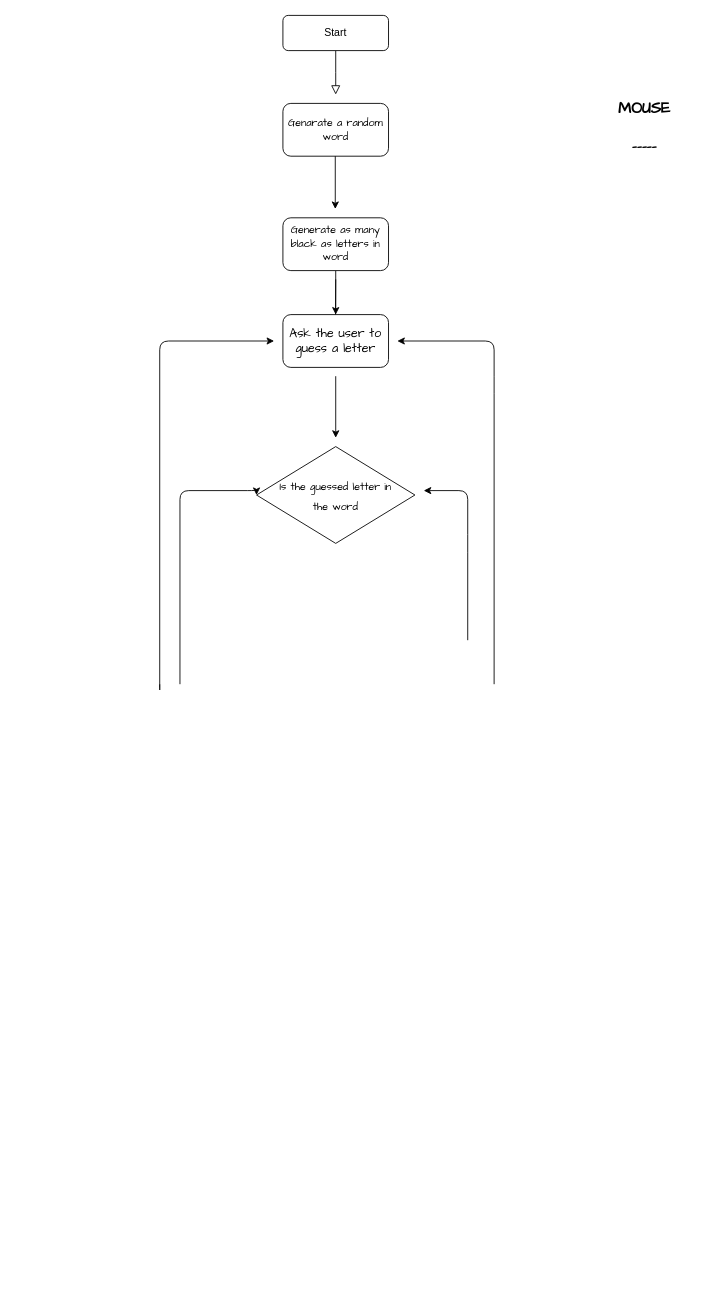
Above: Untitled Diagram.drawio in RodolpheBeloncle/100-days-Python (draw.io), before the change. Source tidied: cells renumbered, new cells numbered last; positions are measured from the earlier drawing's top-left corner, leaving out a move shared by most shapes. Both pictures are drawn from the tidied source at 88%, with x=0, y=0 at pixel (159, 15).
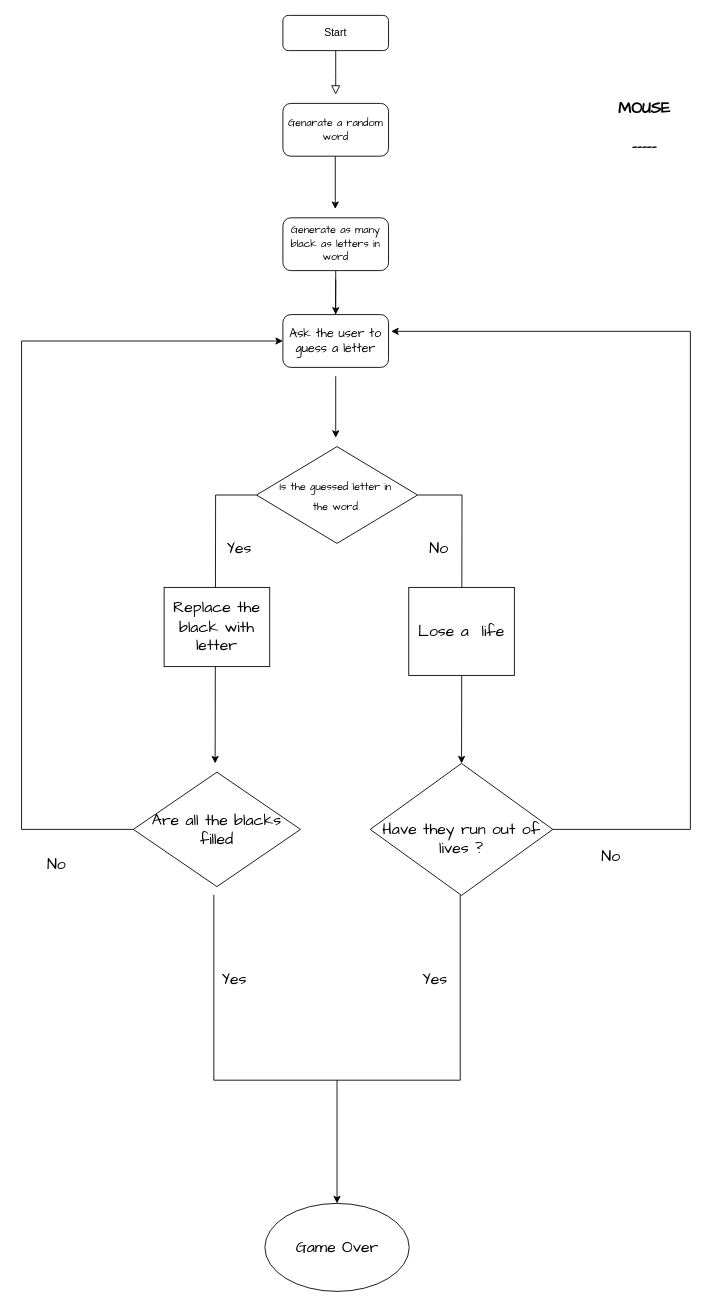
The same diagram, later.

The change refers to these unchanged cells:
```xml
<mxCell id="10" value="Ask the user to guess a letter&lt;br&gt;" style="rounded=1;whiteSpace=wrap;html=1;fontFamily=Comic Sans MS;fontSize=14;align=center;" parent="1" vertex="1">
  <mxGeometry x="140" y="340" width="120" height="60" as="geometry" />
</mxCell>
```

What changed in the source:
```diff
@@
-    <mxCell id="12" style="edgeStyle=segmentEdgeStyle;endArrow=classic;html=1;fontFamily=Comic Sans MS;fontSize=18;align=center;" parent="1" edge="1">
-      <mxGeometry relative="1" as="geometry">
-        <mxPoint y="760" as="sourcePoint" />
-        <mxPoint x="130" y="370" as="targetPoint" />
-        <Array as="points">
-          <mxPoint y="770" />
-          <mxPoint y="370" />
-        </Array>
-      </mxGeometry>
-    </mxCell>
-    <mxCell id="13" style="edgeStyle=segmentEdgeStyle;endArrow=classic;html=1;fontFamily=Comic Sans MS;fontSize=18;align=center;" parent="1" edge="1">
-      <mxGeometry relative="1" as="geometry">
-        <mxPoint x="380" y="760" as="sourcePoint" />
-        <mxPoint x="270" y="370" as="targetPoint" />
-        <Array as="points">
-          <mxPoint x="380" y="420" />
-          <mxPoint x="380" y="370" />
-        </Array>
-      </mxGeometry>
-    </mxCell>
+    <mxCell id="18" style="edgeStyle=orthogonalEdgeStyle;rounded=0;jettySize=auto;html=1;exitX=1;exitY=0.5;exitDx=0;exitDy=0;fontFamily=Comic Sans MS;fontSize=18;align=center;" parent="1" edge="1" source="14">
+      <mxGeometry relative="1" as="geometry">
+        <mxPoint x="343" y="850" as="targetPoint" />
+      </mxGeometry>
+    </mxCell>
+    <mxCell id="19" style="edgeStyle=orthogonalEdgeStyle;rounded=0;jettySize=auto;html=1;exitX=0;exitY=0.5;exitDx=0;exitDy=0;fontFamily=Comic Sans MS;fontSize=18;align=center;" parent="1" edge="1" source="14">
+      <mxGeometry relative="1" as="geometry">
+        <mxPoint x="63" y="850" as="targetPoint" />
+      </mxGeometry>
+    </mxCell>
     <mxCell id="14" style="rhombus;whiteSpace=wrap;html=1;rounded=0;fontFamily=Comic Sans MS;fontSize=18;align=center;" parent="1" vertex="1">
-      <mxGeometry x="110" y="490" width="180" height="110" as="geometry" />
+      <mxGeometry x="110" y="490" width="183" height="110" as="geometry" />
     </mxCell>
@@
-    <mxCell id="16" style="edgeStyle=segmentEdgeStyle;endArrow=classic;html=1;fontFamily=Comic Sans MS;fontSize=18;align=center;" parent="1" edge="1">
-      <mxGeometry relative="1" as="geometry">
-        <mxPoint x="350" y="710" as="sourcePoint" />
-        <mxPoint x="300" y="540" as="targetPoint" />
-        <Array as="points">
-          <mxPoint x="350" y="600" />
-          <mxPoint x="350" y="540" />
-        </Array>
-      </mxGeometry>
-    </mxCell>
-    <mxCell id="17" style="edgeStyle=segmentEdgeStyle;endArrow=classic;html=1;fontFamily=Comic Sans MS;fontSize=18;align=center;entryX=0;entryY=0.5;entryDx=0;entryDy=0;" parent="1" edge="1" target="14">
-      <mxGeometry relative="1" as="geometry">
-        <mxPoint x="23" y="760" as="sourcePoint" />
-        <Array as="points">
-          <mxPoint x="23" y="540" />
-          <mxPoint x="110" y="540" />
-        </Array>
-      </mxGeometry>
-    </mxCell>
+    <mxCell id="20" value="No" style="text;html=1;align=center;verticalAlign=middle;strokeColor=none;fontSize=18;fontFamily=Comic Sans MS;" parent="1" vertex="1">
+      <mxGeometry x="297" y="590" width="40" height="30" as="geometry" />
+    </mxCell>
+    <mxCell id="21" value="Yes" style="text;html=1;align=center;verticalAlign=middle;strokeColor=none;fontSize=18;fontFamily=Comic Sans MS;" parent="1" vertex="1">
+      <mxGeometry x="65" y="590" width="50" height="30" as="geometry" />
+    </mxCell>
+    <mxCell id="22" value="Replace the black with letter" style="rounded=0;whiteSpace=wrap;html=1;fontFamily=Comic Sans MS;fontSize=18;align=center;" parent="1" vertex="1">
+      <mxGeometry x="5" y="650" width="120" height="90" as="geometry" />
+    </mxCell>
+    <mxCell id="23" value="Lose a &amp;nbsp;life&lt;br&gt;" style="rounded=0;whiteSpace=wrap;html=1;fontFamily=Comic Sans MS;fontSize=18;align=center;" parent="1" vertex="1">
+      <mxGeometry x="283" y="650" width="120" height="100" as="geometry" />
+    </mxCell>
+    <mxCell id="24" style="edgeStyle=orthogonalEdgeStyle;rounded=0;jettySize=auto;html=1;exitX=1;exitY=0.5;exitDx=0;exitDy=0;fontFamily=Comic Sans MS;fontSize=18;align=center;" parent="1" edge="1" source="25">
+      <mxGeometry relative="1" as="geometry">
+        <mxPoint x="263" y="359" as="targetPoint" />
+        <Array as="points">
+          <mxPoint x="603" y="925" />
+          <mxPoint x="603" y="359" />
+        </Array>
+      </mxGeometry>
+    </mxCell>
+    <mxCell id="25" value="&lt;br&gt;Have they run out of lives ?" style="rhombus;whiteSpace=wrap;html=1;rounded=0;fontFamily=Comic Sans MS;fontSize=18;align=center;" parent="1" vertex="1">
+      <mxGeometry x="239.2" y="850" width="207.5" height="150" as="geometry" />
+    </mxCell>
+    <mxCell id="26" style="edgeStyle=orthogonalEdgeStyle;rounded=0;jettySize=auto;html=1;exitX=0;exitY=0.5;exitDx=0;exitDy=0;fontFamily=Comic Sans MS;fontSize=18;align=center;entryX=0;entryY=0.5;entryDx=0;entryDy=0;" parent="1" edge="1" source="27" target="10">
+      <mxGeometry relative="1" as="geometry">
+        <Array as="points">
+          <mxPoint x="-157" y="925" />
+          <mxPoint x="-157" y="370" />
+        </Array>
+      </mxGeometry>
+    </mxCell>
+    <mxCell id="27" value="Are all the blacks filled" style="rhombus;whiteSpace=wrap;html=1;rounded=0;fontFamily=Comic Sans MS;fontSize=18;align=center;" parent="1" vertex="1">
+      <mxGeometry x="-30" y="860" width="190" height="130" as="geometry" />
+    </mxCell>
+    <mxCell id="28" style="edgeStyle=orthogonalEdgeStyle;rounded=0;jettySize=auto;html=1;exitX=0.5;exitY=1;exitDx=0;exitDy=0;fontFamily=Comic Sans MS;fontSize=18;align=center;" parent="1" edge="1" source="29" target="33">
+      <mxGeometry relative="1" as="geometry" />
+    </mxCell>
+    <mxCell id="29" style="shape=partialRectangle;whiteSpace=wrap;html=1;bottom=1;right=1;left=1;top=0;fillColor=none;routingCenterX=-0.5;rounded=0;fontFamily=Comic Sans MS;fontSize=18;align=center;" parent="1" vertex="1">
+      <mxGeometry x="61.5" y="1000" width="280" height="210" as="geometry" />
+    </mxCell>
+    <mxCell id="30" value="Yes" style="text;html=1;strokeColor=none;fillColor=none;align=center;verticalAlign=middle;whiteSpace=wrap;rounded=0;fontFamily=Comic Sans MS;fontSize=18;" parent="1" vertex="1">
+      <mxGeometry x="65" y="1060" width="40" height="70" as="geometry" />
+    </mxCell>
+    <mxCell id="31" value="Yes" style="text;html=1;strokeColor=none;fillColor=none;align=center;verticalAlign=middle;whiteSpace=wrap;rounded=0;fontFamily=Comic Sans MS;fontSize=18;" parent="1" vertex="1">
+      <mxGeometry x="293" y="1060" width="40" height="70" as="geometry" />
+    </mxCell>
+    <mxCell id="32" value="No" style="text;html=1;strokeColor=none;fillColor=none;align=center;verticalAlign=middle;whiteSpace=wrap;rounded=0;fontFamily=Comic Sans MS;fontSize=18;" parent="1" vertex="1">
+      <mxGeometry x="493" y="920" width="40" height="70" as="geometry" />
+    </mxCell>
+    <mxCell id="33" value="Game Over" style="ellipse;whiteSpace=wrap;html=1;rounded=0;fontFamily=Comic Sans MS;fontSize=18;align=center;" parent="1" vertex="1">
+      <mxGeometry x="119.5" y="1350" width="164" height="100" as="geometry" />
+    </mxCell>
+    <mxCell id="34" value="No&lt;br&gt;" style="text;html=1;strokeColor=none;fillColor=none;align=center;verticalAlign=middle;whiteSpace=wrap;rounded=0;fontFamily=Comic Sans MS;fontSize=18;" parent="1" vertex="1">
+      <mxGeometry x="-137" y="930" width="40" height="70" as="geometry" />
+    </mxCell>
```
